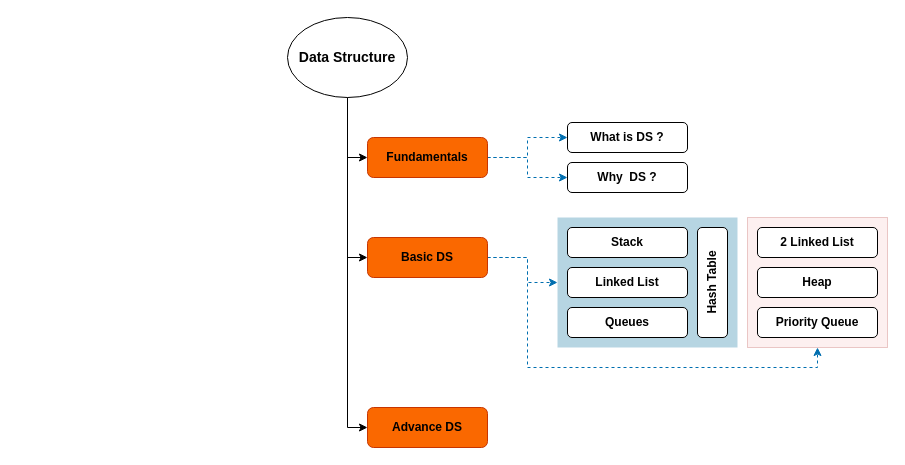
The draw.io diagram dsa-mindmap.drawio in yogiprsetya/dsa.js, before the edit. Source tidied: cells renumbered, new cells numbered last; positions are measured from the earlier drawing's top-left corner, leaving out a move shared by most shapes. Both pictures are drawn from the tidied source at 100%, with x=0, y=0 at pixel (287, 17).
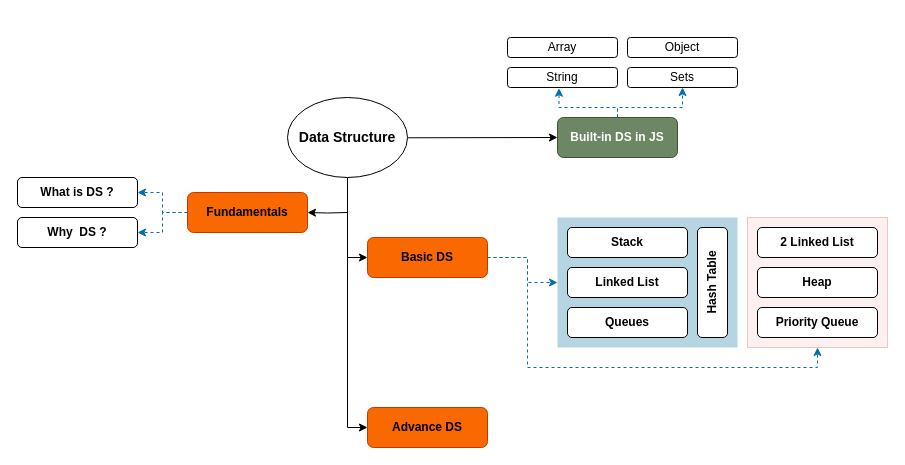
Above is the later version.

Unchanged cells that the change refers to:
```xml
<mxCell id="13" value="Why&amp;nbsp; DS ?" style="whiteSpace=wrap;html=1;rounded=1;fontStyle=1;" parent="12" vertex="1">
  <mxGeometry y="40" width="120" height="30" as="geometry" />
</mxCell>
<mxCell id="14" value="What is DS ?" style="whiteSpace=wrap;html=1;rounded=1;fontStyle=1;" parent="12" vertex="1">
  <mxGeometry width="120" height="30" as="geometry" />
</mxCell>
```

Change to the diagram source:
```diff
@@
-    <mxCell id="2" style="edgeStyle=orthogonalEdgeStyle;rounded=0;jettySize=auto;html=1;entryX=0;entryY=0.5;entryDx=0;entryDy=0;" parent="1" edge="1" source="5" target="11">
-      <mxGeometry relative="1" as="geometry" />
-    </mxCell>
@@
+    <mxCell id="26" style="edgeStyle=orthogonalEdgeStyle;rounded=0;jettySize=auto;html=1;entryX=1;entryY=0.5;entryDx=0;entryDy=0;" parent="1" edge="1" target="11">
+      <mxGeometry relative="1" as="geometry">
+        <mxPoint x="60" y="195" as="sourcePoint" />
+      </mxGeometry>
+    </mxCell>
+    <mxCell id="27" style="rounded=0;jettySize=auto;html=1;entryX=0;entryY=0.5;entryDx=0;entryDy=0;" parent="1" edge="1" source="5" target="29">
+      <mxGeometry relative="1" as="geometry" />
+    </mxCell>
     <mxCell id="5" value="Data Structure" style="ellipse;whiteSpace=wrap;html=1;fontStyle=1;fontSize=14;" parent="1" vertex="1">
-      <mxGeometry width="120" height="80" as="geometry" />
+      <mxGeometry y="80" width="120" height="80" as="geometry" />
     </mxCell>
@@
-    <mxCell id="9" style="edgeStyle=orthogonalEdgeStyle;rounded=0;jettySize=auto;html=1;entryX=0;entryY=0.5;entryDx=0;entryDy=0;fontFamily=Helvetica;fontSize=12;fontColor=#000000;fontStyle=1;dashed=1;fillColor=#1ba1e2;strokeColor=#006EAF;" parent="1" edge="1" source="11" target="13">
+    <mxCell id="9" style="edgeStyle=orthogonalEdgeStyle;rounded=0;jettySize=auto;html=1;fontFamily=Helvetica;fontSize=12;fontColor=#000000;fontStyle=1;dashed=1;fillColor=#1ba1e2;strokeColor=#006EAF;entryX=1;entryY=0.5;entryDx=0;entryDy=0;" parent="1" edge="1" source="11" target="14">
       <mxGeometry relative="1" as="geometry" />
     </mxCell>
-    <mxCell id="10" style="edgeStyle=orthogonalEdgeStyle;rounded=0;jettySize=auto;html=1;entryX=0;entryY=0.5;entryDx=0;entryDy=0;fontFamily=Helvetica;fontSize=12;fontColor=#000000;fontStyle=1;dashed=1;fillColor=#1ba1e2;strokeColor=#006EAF;" parent="1" edge="1" source="11" target="14">
-      <mxGeometry relative="1" as="geometry" />
-    </mxCell>
     <mxCell id="11" value="Fundamentals" style="rounded=1;whiteSpace=wrap;html=1;fontStyle=1;fillColor=#fa6800;fontColor=#000000;strokeColor=#C73500;" parent="1" vertex="1">
-      <mxGeometry x="80" y="120" width="120" height="40" as="geometry" />
+      <mxGeometry x="-100" y="175" width="120" height="40" as="geometry" />
     </mxCell>
     <mxCell id="12" style="group;" parent="1" vertex="1">
-      <mxGeometry x="280" y="105" width="120" height="70" as="geometry" />
+      <mxGeometry x="-270" y="160" width="120" height="70" as="geometry" />
     </mxCell>
@@
+    <mxCell id="28" style="edgeStyle=orthogonalEdgeStyle;rounded=0;jettySize=auto;html=1;fontFamily=Helvetica;fontSize=12;fontColor=#000000;fontStyle=1;dashed=1;fillColor=#1ba1e2;strokeColor=#006EAF;entryX=1;entryY=0.5;entryDx=0;entryDy=0;exitX=0;exitY=0.5;exitDx=0;exitDy=0;" parent="1" edge="1" source="11" target="13">
+      <mxGeometry relative="1" as="geometry" />
+    </mxCell>
+    <mxCell id="29" value="Built-in DS in JS" style="rounded=1;whiteSpace=wrap;html=1;fontStyle=1;fillColor=#6d8764;strokeColor=#3A5431;fontColor=#ffffff;" parent="1" vertex="1">
+      <mxGeometry x="270" y="100" width="120" height="40" as="geometry" />
+    </mxCell>
+    <mxCell id="30" value="Array" style="whiteSpace=wrap;html=1;rounded=1;fontStyle=0;" parent="1" vertex="1">
+      <mxGeometry x="220" y="20" width="110" height="20" as="geometry" />
+    </mxCell>
+    <mxCell id="31" value="String" style="whiteSpace=wrap;html=1;rounded=1;fontStyle=0;" parent="1" vertex="1">
+      <mxGeometry x="220" y="50" width="110" height="20" as="geometry" />
+    </mxCell>
+    <mxCell id="32" value="Object" style="whiteSpace=wrap;html=1;rounded=1;fontStyle=0;" parent="1" vertex="1">
+      <mxGeometry x="340" y="20" width="110" height="20" as="geometry" />
+    </mxCell>
+    <mxCell id="33" value="Sets" style="whiteSpace=wrap;html=1;rounded=1;fontStyle=0;" parent="1" vertex="1">
+      <mxGeometry x="340" y="50" width="110" height="20" as="geometry" />
+    </mxCell>
+    <mxCell id="34" style="rounded=0;jettySize=auto;html=1;dashed=1;fillColor=#1ba1e2;strokeColor=#006EAF;exitX=0.5;exitY=0;exitDx=0;exitDy=0;edgeStyle=orthogonalEdgeStyle;entryX=0.468;entryY=1.036;entryDx=0;entryDy=0;entryPerimeter=0;" parent="1" edge="1" source="29" target="31">
+      <mxGeometry relative="1" as="geometry">
+        <Array as="points">
+          <mxPoint x="330" y="90" />
+          <mxPoint x="272" y="90" />
+        </Array>
+      </mxGeometry>
+    </mxCell>
+    <mxCell id="35" style="edgeStyle=orthogonalEdgeStyle;rounded=0;jettySize=auto;html=1;entryX=0.5;entryY=1;entryDx=0;entryDy=0;dashed=1;fillColor=#1ba1e2;strokeColor=#006EAF;exitX=0.5;exitY=0;exitDx=0;exitDy=0;" parent="1" edge="1" source="29" target="33">
+      <mxGeometry relative="1" as="geometry">
+        <Array as="points">
+          <mxPoint x="330" y="90" />
+          <mxPoint x="395" y="90" />
+        </Array>
+      </mxGeometry>
+    </mxCell>
```
